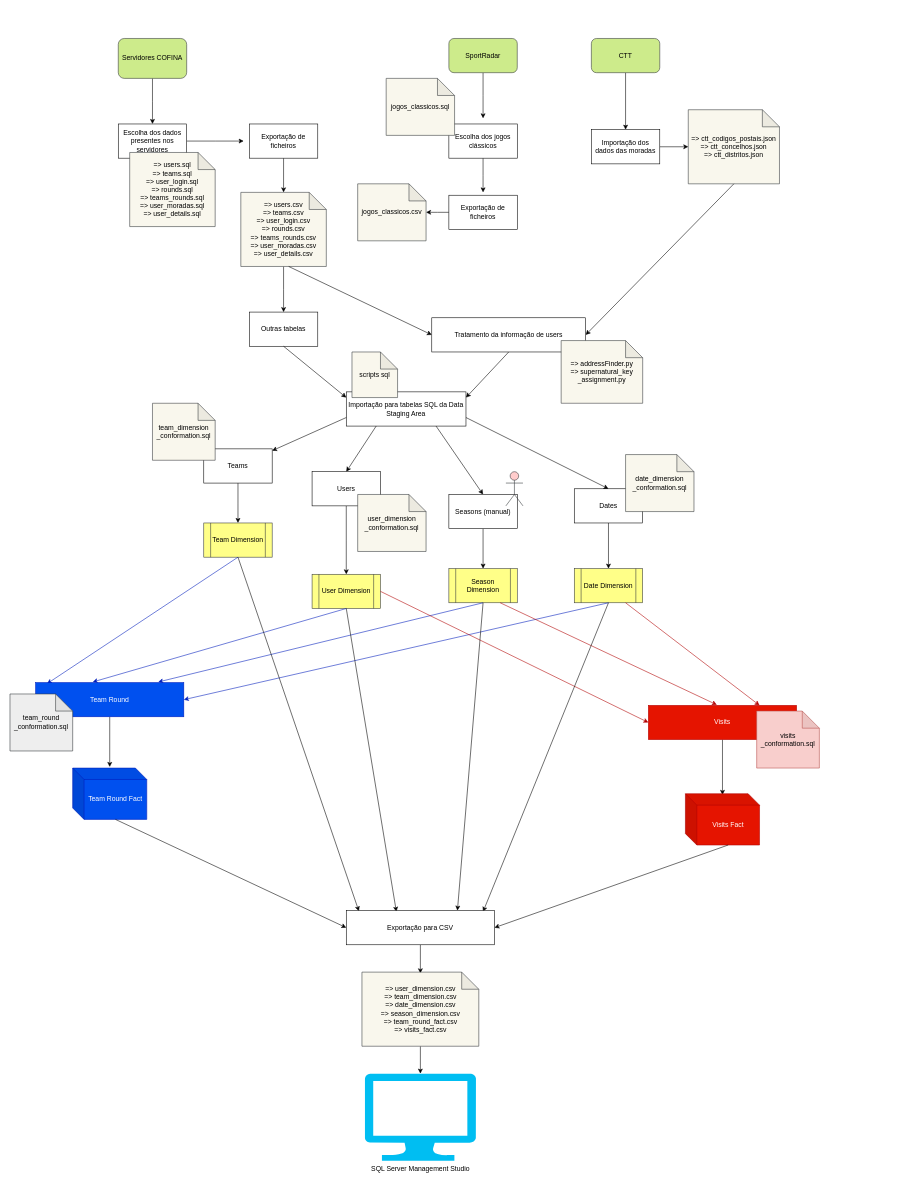
Above: Diagrams/ETL_diagram.drawio in Eziell/TPDProject (draw.io), before the change. Source tidied: cells renumbered, new cells numbered last; positions are measured from the earlier drawing's top-left corner, leaving out a move shared by most shapes. Both pictures are drawn from the tidied source at 57%, with x=0, y=0 at pixel (10, 38).
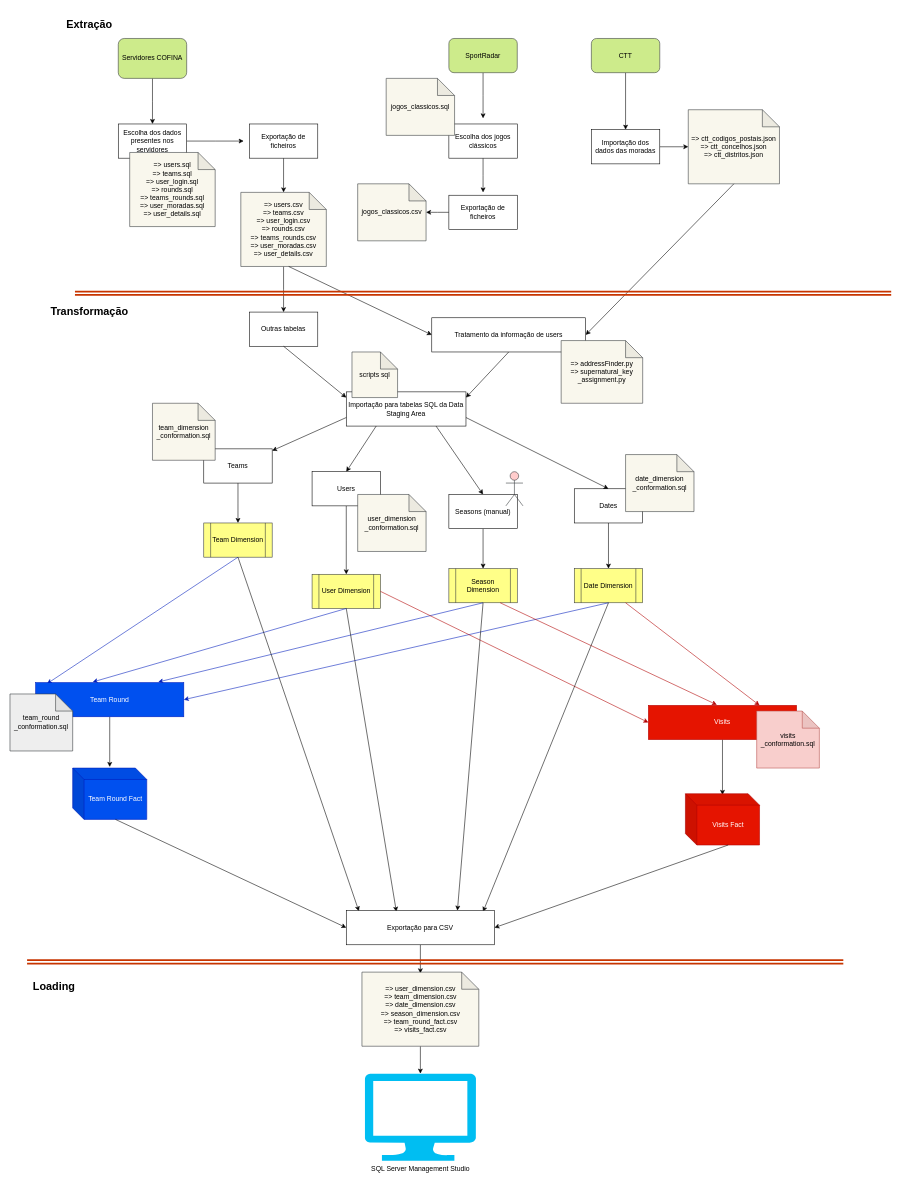
After the change.

What changed in the source:
```diff
@@
+    <mxCell id="80" style="endArrow=none;html=1;fillColor=#fa6800;strokeColor=#C73500;strokeWidth=3;shape=link;" parent="1" edge="1">
+      <mxGeometry relative="1" as="geometry">
+        <mxPoint x="1462" y="1620" as="sourcePoint" />
+        <mxPoint x="30" y="1620" as="targetPoint" />
+      </mxGeometry>
+    </mxCell>
+    <mxCell id="81" value="Loading" style="text;html=1;strokeColor=none;fillColor=none;align=center;verticalAlign=middle;whiteSpace=wrap;rounded=0;fontSize=19;fontStyle=1;" parent="1" vertex="1">
+      <mxGeometry x="35" y="1638" width="85" height="52" as="geometry" />
+    </mxCell>
+    <mxCell id="82" style="endArrow=none;html=1;fillColor=#fa6800;strokeColor=#C73500;spacing=2;strokeWidth=3;shape=link;" parent="1" edge="1">
+      <mxGeometry relative="1" as="geometry">
+        <mxPoint x="1546" y="447" as="sourcePoint" />
+        <mxPoint x="114" y="447" as="targetPoint" />
+      </mxGeometry>
+    </mxCell>
+    <mxCell id="83" value="Transformação" style="text;html=1;strokeColor=none;fillColor=none;align=center;verticalAlign=middle;whiteSpace=wrap;rounded=0;fontSize=19;fontStyle=1;" parent="1" vertex="1">
+      <mxGeometry x="97" y="454" width="85" height="52" as="geometry" />
+    </mxCell>
+    <mxCell id="84" value="Extração" style="text;html=1;strokeColor=none;fillColor=none;align=center;verticalAlign=middle;whiteSpace=wrap;rounded=0;fontSize=19;fontStyle=1;" parent="1" vertex="1">
+      <mxGeometry x="97" y="-50" width="85" height="52" as="geometry" />
+    </mxCell>
```
